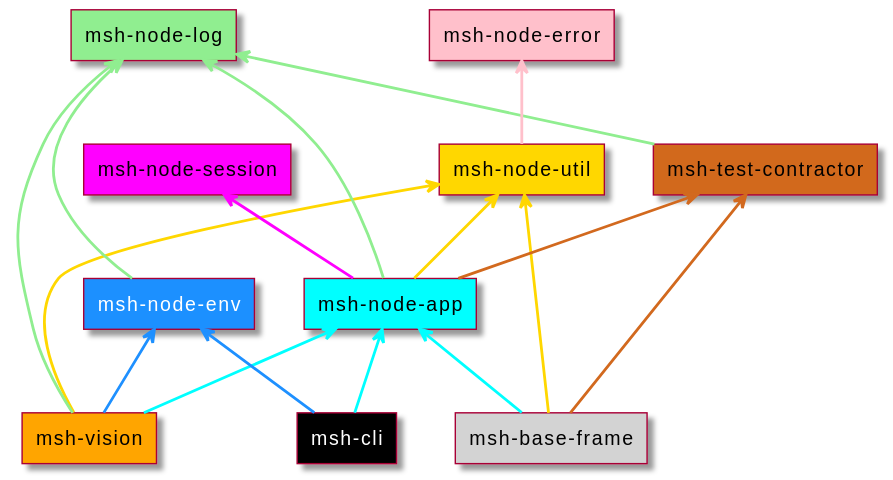
This is resource/diagram/project-rlation.svg from beecode-rs/msh, a PlantUML export, as it was before one commit.
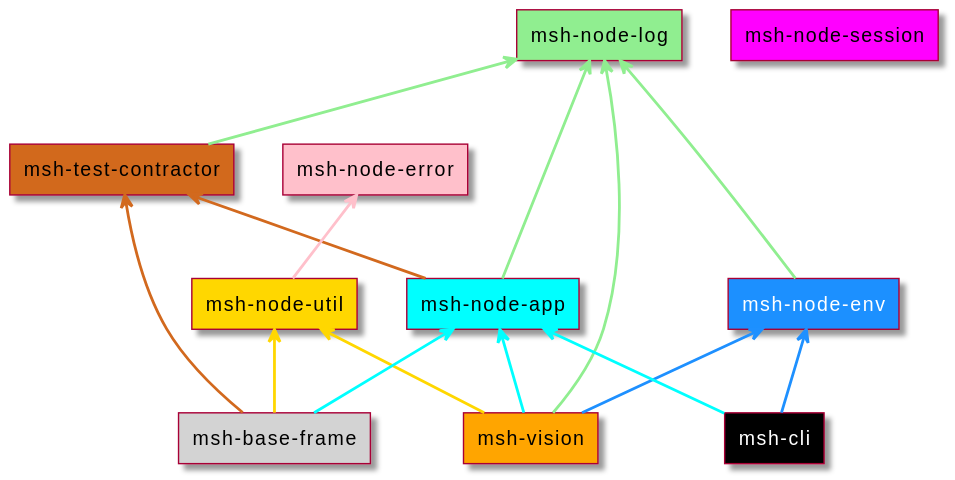
After the change.

The edit, as a diff of the source:
```diff
@@ -45,8 +45,6 @@
 
 
 node_app -up-> node_log #$node_log_color
-node_app -up-> node_session #$node_session_color
-node_app -up-> node_util #$node_util_color
 node_app -up-> test_contractor #$test_contractor_color
 
 
```
